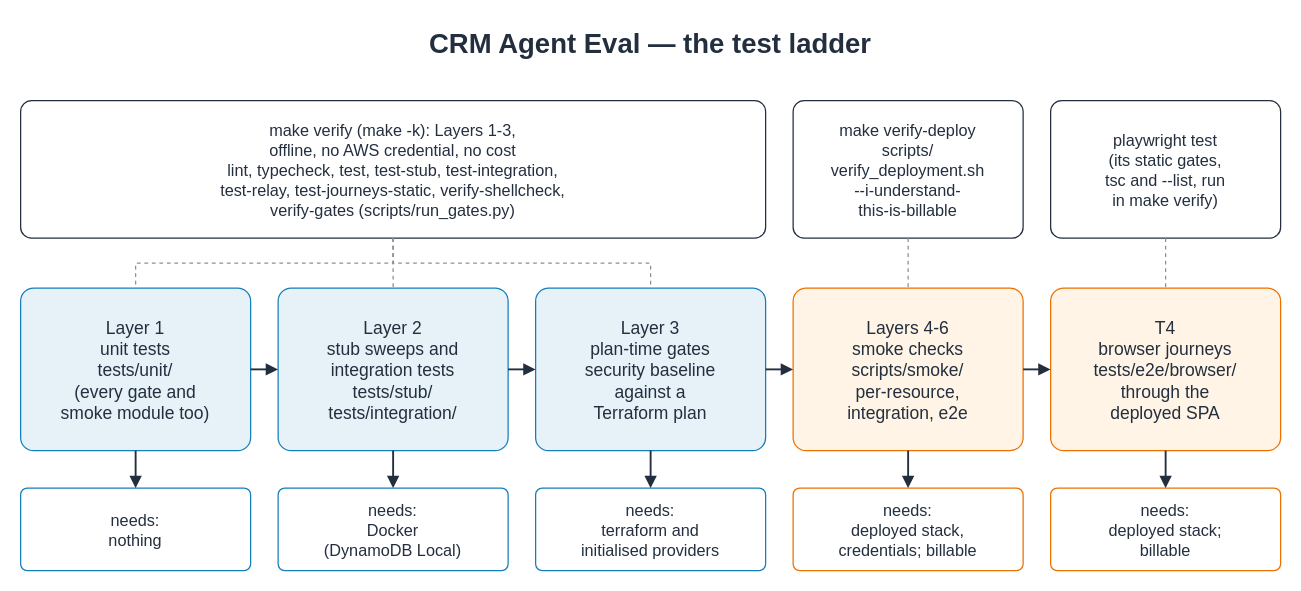
Above: docs/figures/development-test-ladder.drawio in aws-samples/sample-crm-agent-eval (draw.io), before the change. Source tidied: cells renumbered, new cells numbered last; positions are measured from the earlier drawing's top-left corner, leaving out a move shared by most shapes. Both pictures are drawn from the tidied source at 125%, with x=0, y=0 at pixel (20, 20).
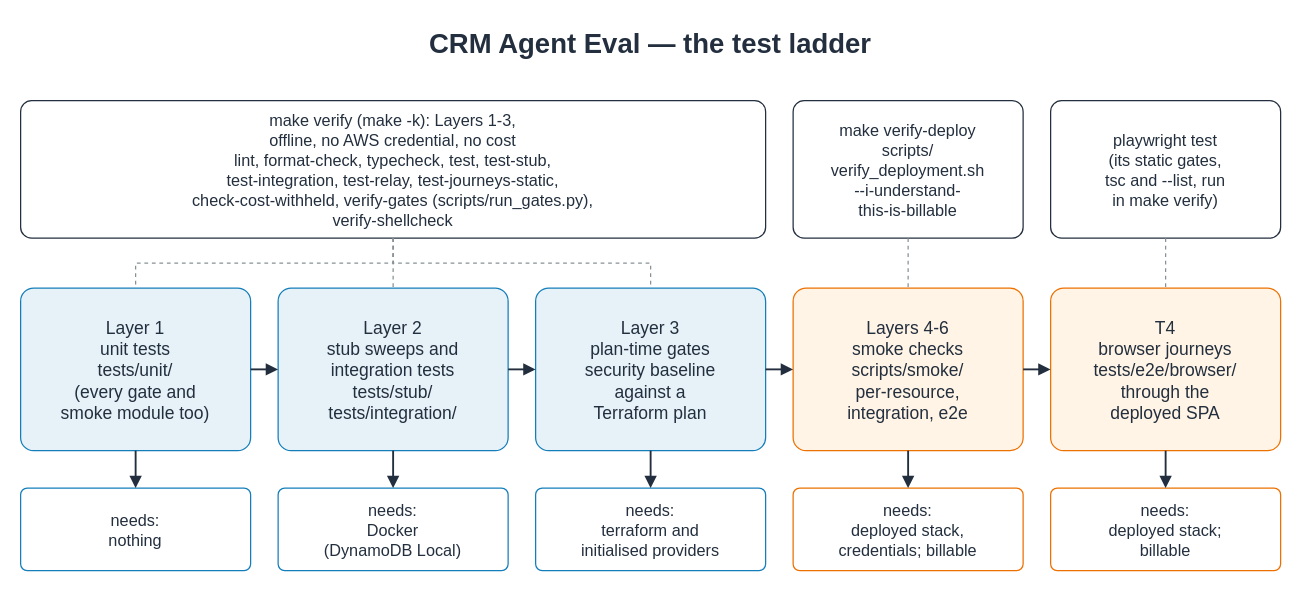
After the change.

Change to the diagram source:
```diff
@@
-    <mxCell id="22" value="make verify (make -k): Layers 1-3,&#10;offline, no AWS credential, no cost&#10;lint, typecheck, test, test-stub, test-integration,&#10;test-relay, test-journeys-static, verify-shellcheck,&#10;verify-gates (scripts/run_gates.py)" style="html=0;rounded=1;arcSize=8;fontColor=#232F3E;align=center;verticalAlign=middle;spacing=4;fillColor=#FFFFFF;strokeColor=#232F3E;fontSize=13;" parent="1" vertex="1">
+    <mxCell id="22" value="make verify (make -k): Layers 1-3,&#10;offline, no AWS credential, no cost&#10;lint, format-check, typecheck, test, test-stub,&#10;test-integration, test-relay, test-journeys-static,&#10;check-cost-withheld, verify-gates (scripts/run_gates.py),&#10;verify-shellcheck" style="html=0;rounded=1;arcSize=8;fontColor=#232F3E;align=center;verticalAlign=middle;spacing=4;fillColor=#FFFFFF;strokeColor=#232F3E;fontSize=13;" parent="1" vertex="1">
       <mxGeometry y="64" width="596" height="110" as="geometry" />
     </mxCell>
```
